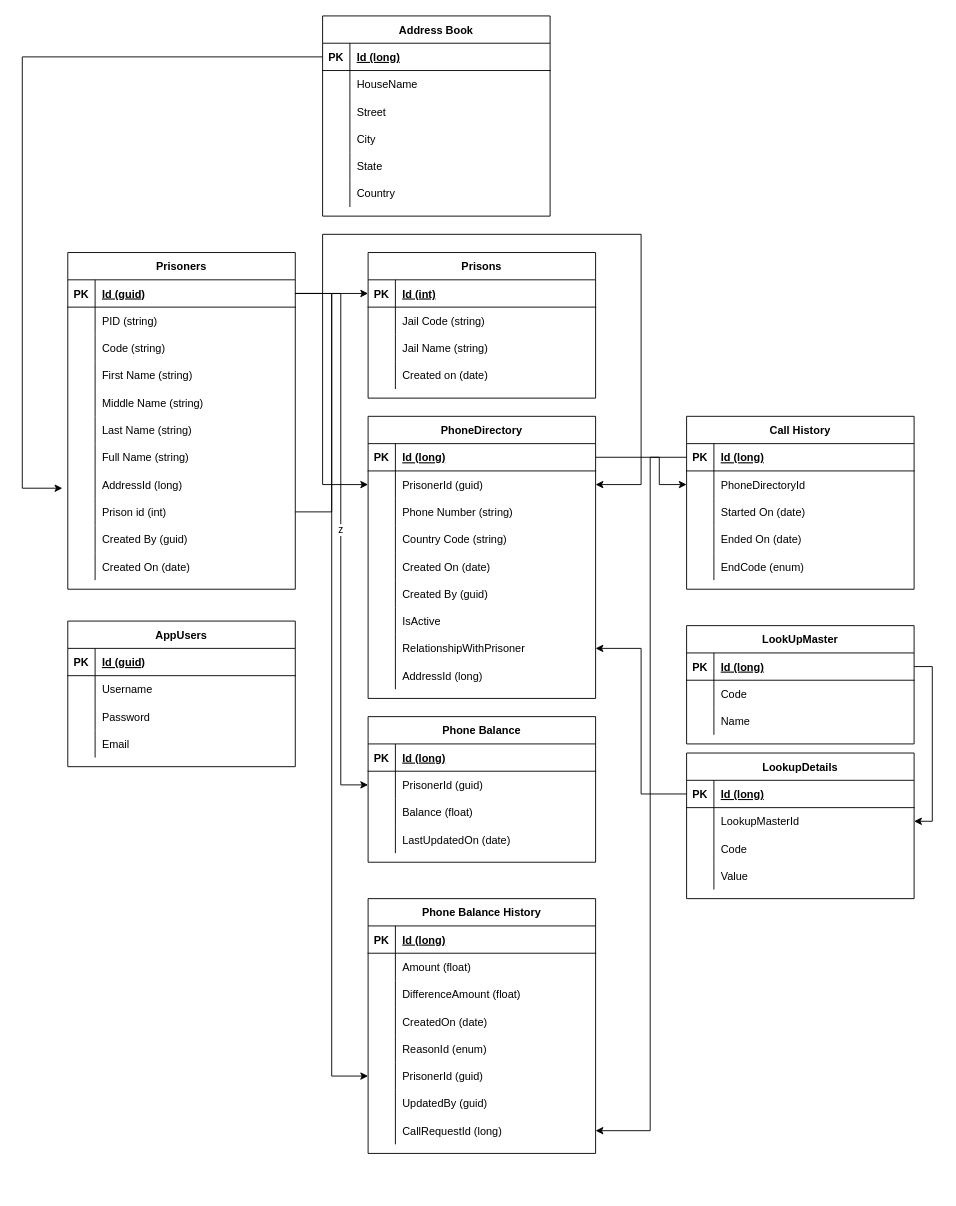
nakulLukan/JailTalk keeps this draw.io diagram as ER Diagram.drawio. Above is the earlier version. Source tidied: cells renumbered, new cells numbered last; positions are measured from the earlier drawing's top-left corner, leaving out a move shared by most shapes. Both pictures are drawn from the tidied source at 91%, with x=0, y=0 at pixel (22, 15).
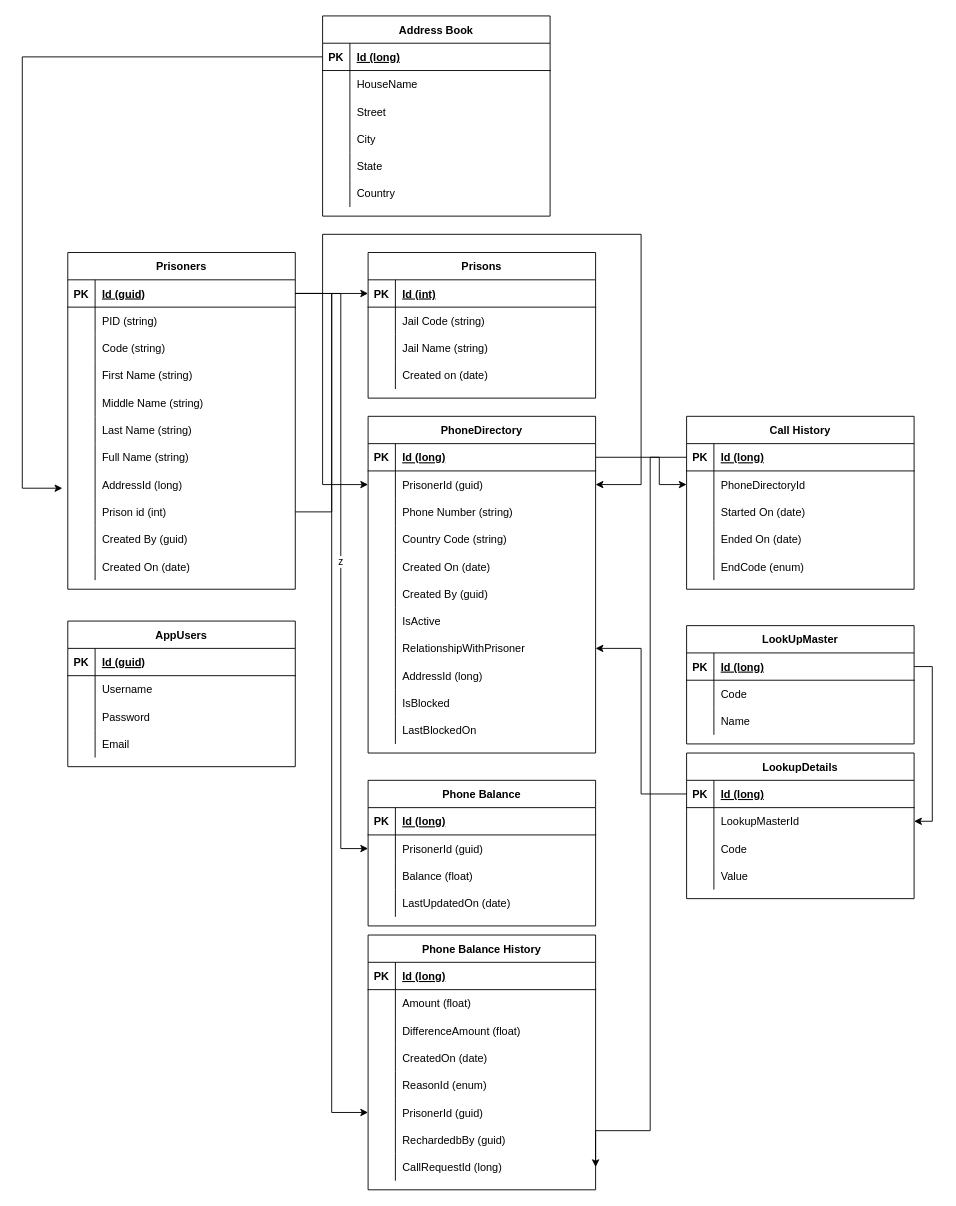
The same diagram, later.

Unchanged cells that the change refers to:
```xml
<mxCell id="16" style="shape=partialRectangle;fillColor=none;points=[[0,0.5],[1,0.5]];portConstraint=eastwest;top=0;left=0;right=0;bottom=1;" parent="15" vertex="1">
  <mxGeometry y="30" width="250" height="30" as="geometry" />
</mxCell>
<mxCell id="84" style="shape=partialRectangle;fillColor=none;points=[[0,0.5],[1,0.5]];portConstraint=eastwest;top=0;left=0;right=0;bottom=0;" parent="80" vertex="1">
  <mxGeometry y="60" width="250" height="30" as="geometry" />
</mxCell>
<mxCell id="130" style="shape=partialRectangle;fillColor=none;top=0;left=0;right=0;bottom=0;" parent="111" vertex="1">
  <mxGeometry y="210" width="250" height="30" as="geometry" />
</mxCell>
```

The edit, as a diff of the source:
```diff
@@
     <mxCell id="50" value="PhoneDirectory" style="shape=table;startSize=30;childLayout=tableLayout;rowLines=0;fontStyle=1;align=center;" parent="1" vertex="1">
-      <mxGeometry x="380" y="440" width="250" height="310" as="geometry" />
+      <mxGeometry x="380" y="440" width="250" height="370" as="geometry" />
     </mxCell>
@@
+    <mxCell id="196" style="shape=partialRectangle;fillColor=none;top=0;left=0;right=0;bottom=0;" parent="50" vertex="1">
+      <mxGeometry y="300" width="250" height="30" as="geometry" />
+    </mxCell>
+    <mxCell id="197" style="shape=partialRectangle;overflow=hidden;fillColor=none;top=0;left=0;bottom=0;right=0;" parent="196" vertex="1">
+      <mxGeometry width="30" height="30" as="geometry" />
+    </mxCell>
+    <mxCell id="198" value="IsBlocked" style="shape=partialRectangle;overflow=hidden;fillColor=none;top=0;left=0;bottom=0;right=0;align=left;spacingLeft=6;" parent="196" vertex="1">
+      <mxGeometry x="30" width="220" height="30" as="geometry" />
+    </mxCell>
+    <mxCell id="199" style="shape=partialRectangle;fillColor=none;top=0;left=0;right=0;bottom=0;" parent="50" vertex="1">
+      <mxGeometry y="330" width="250" height="30" as="geometry" />
+    </mxCell>
+    <mxCell id="200" style="shape=partialRectangle;overflow=hidden;fillColor=none;top=0;left=0;bottom=0;right=0;" parent="199" vertex="1">
+      <mxGeometry width="30" height="30" as="geometry" />
+    </mxCell>
+    <mxCell id="201" value="LastBlockedOn" style="shape=partialRectangle;overflow=hidden;fillColor=none;top=0;left=0;bottom=0;right=0;align=left;spacingLeft=6;" parent="199" vertex="1">
+      <mxGeometry x="30" width="220" height="30" as="geometry" />
+    </mxCell>
@@
     <mxCell id="80" value="Phone Balance" style="shape=table;startSize=30;childLayout=tableLayout;rowLines=0;fontStyle=1;align=center;" parent="1" vertex="1">
-      <mxGeometry x="380" y="770" width="250" height="160" as="geometry" />
+      <mxGeometry x="380" y="840" width="250" height="160" as="geometry" />
     </mxCell>
@@
     <mxCell id="93" value="z" style="edgeStyle=orthogonalEdgeStyle;rounded=0;jettySize=auto;html=1;entryX=0;entryY=0.5;entryDx=0;entryDy=0;" parent="1" edge="1" source="16" target="84">
       <mxGeometry relative="1" as="geometry">
         <Array as="points">
           <mxPoint x="350" y="305" />
-          <mxPoint x="350" y="845" />
+          <mxPoint x="350" y="915" />
         </Array>
       </mxGeometry>
     </mxCell>
@@
     <mxCell id="111" value="Phone Balance History" style="shape=table;startSize=30;childLayout=tableLayout;rowLines=0;fontStyle=1;align=center;" parent="1" vertex="1">
-      <mxGeometry x="380" y="970" width="250" height="280" as="geometry" />
+      <mxGeometry x="380" y="1010" width="250" height="280" as="geometry" />
     </mxCell>
@@
-    <mxCell id="132" value="UpdatedBy (guid)" style="shape=partialRectangle;overflow=hidden;fillColor=none;top=0;left=0;bottom=0;right=0;align=left;spacingLeft=6;" parent="130" vertex="1">
+    <mxCell id="132" value="RechardedbBy (guid)" style="shape=partialRectangle;overflow=hidden;fillColor=none;top=0;left=0;bottom=0;right=0;align=left;spacingLeft=6;" parent="130" vertex="1">
       <mxGeometry x="30" width="220" height="30" as="geometry" />
     </mxCell>
```
